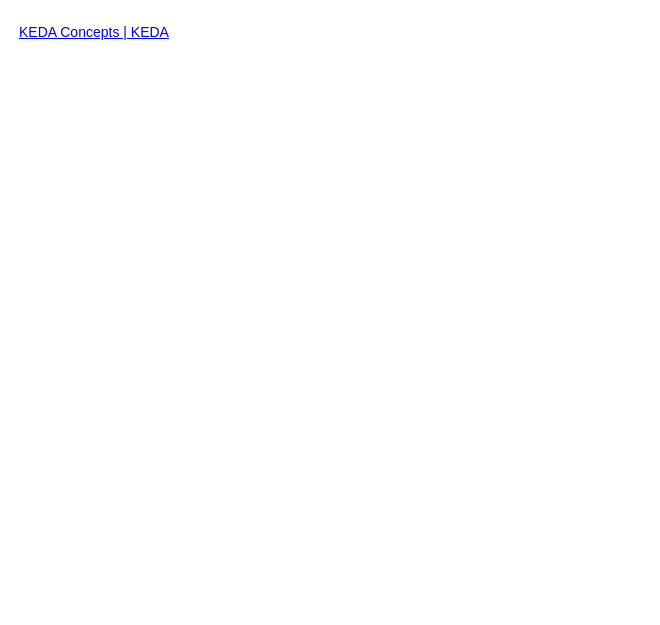
Earlier version of the draw.io diagram AKS/KubernetesEventDrivenAutoscaler.drawio (tyk1hc/drawio). Source tidied: cells renumbered, new cells numbered last; positions are measured from the earlier drawing's top-left corner, leaving out a move shared by most shapes. Both pictures are drawn from the tidied source at 100%, with x=0, y=0 at pixel (17, 17).
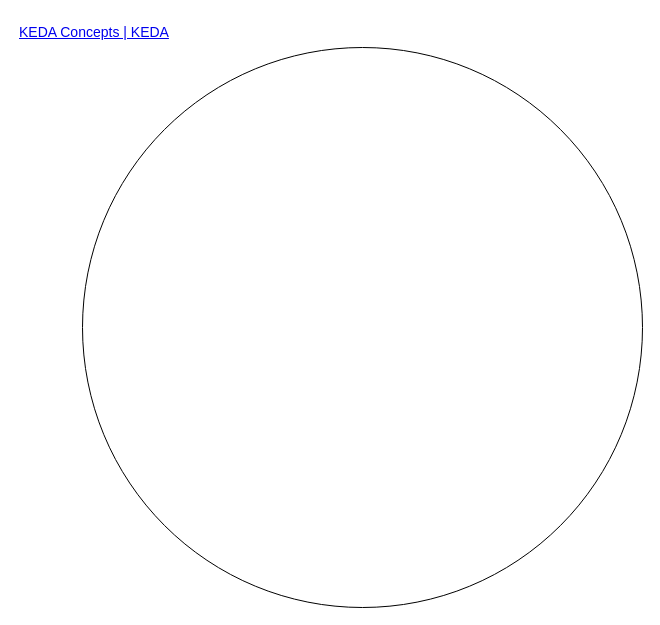
Above is the later version.

Diff of the diagram source:
```diff
@@
 <mxGraphModel>
   <root>
     <mxCell id="0" />
     <mxCell id="1" parent="0" />
     <mxCell id="2" value="&lt;a href=&quot;https://keda.sh/docs/2.18/concepts/&quot;&gt;KEDA Concepts | KEDA&lt;/a&gt;" style="text;html=1;whiteSpace=wrap;strokeColor=none;fillColor=none;align=left;verticalAlign=middle;rounded=0;fontSize=14;" parent="1" vertex="1">
       <mxGeometry width="440" height="30" as="geometry" />
     </mxCell>
+    <mxCell id="3" style="ellipse;whiteSpace=wrap;html=1;fillColor=none;" parent="1" vertex="1">
+      <mxGeometry x="65" y="30" width="560" height="560" as="geometry" />
+    </mxCell>
   </root>
 </mxGraphModel>
```
